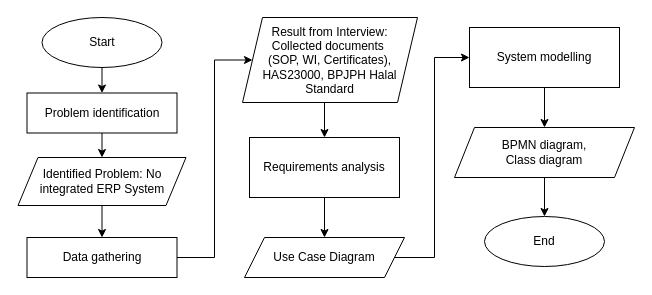
Before: Method APFITA 2022.drawio in ariesharry/Diagrams, a draw.io diagram. Source tidied: cells renumbered, new cells numbered last; positions are measured from the earlier drawing's top-left corner, leaving out a move shared by most shapes. Both pictures are drawn from the tidied source at 100%, with x=0, y=0 at pixel (18, 17).
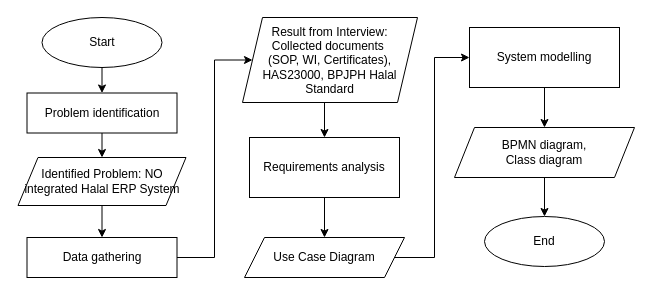
The same page after the edit.

Diff of the diagram source:
```diff
@@
-    <mxCell id="20" value="Identified Problem: No integrated ERP System" style="shape=parallelogram;perimeter=parallelogramPerimeter;whiteSpace=wrap;html=1;fixedSize=1;" parent="1" vertex="1">
+    <mxCell id="20" value="Identified Problem: NO integrated Halal ERP System" style="shape=parallelogram;perimeter=parallelogramPerimeter;whiteSpace=wrap;html=1;fixedSize=1;" parent="1" vertex="1">
       <mxGeometry x="-0.5" y="140" width="168" height="48" as="geometry" />
     </mxCell>
```
